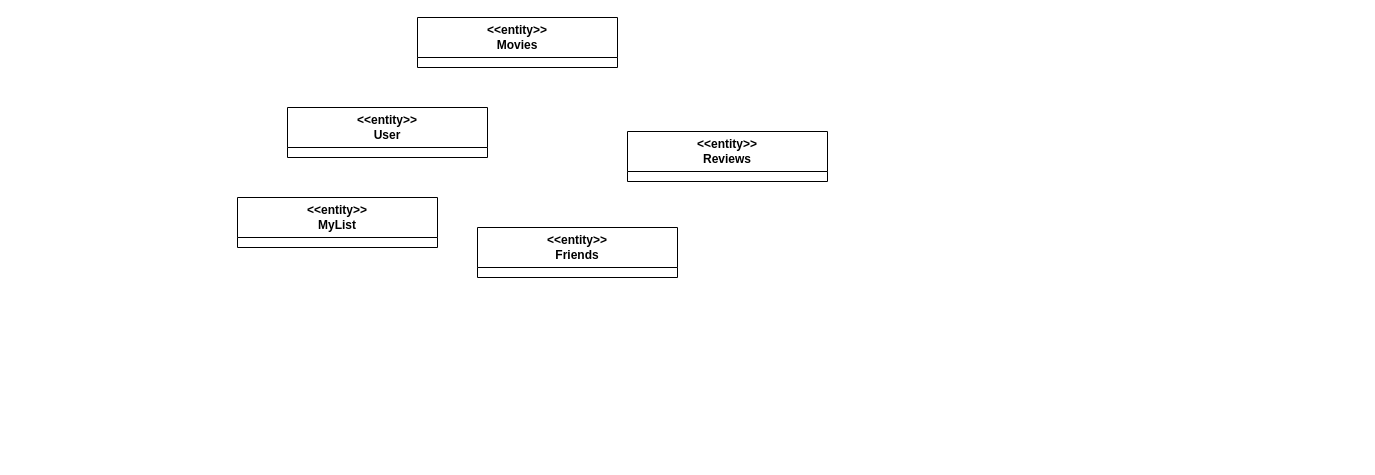
This is diagram/Class Diagram.drawio from randyisalive/MovieList-FinalProject, a draw.io file, before an edit. Source tidied: cells renumbered, new cells numbered last; positions are measured from the earlier drawing's top-left corner, leaving out a move shared by most shapes. Both pictures are drawn from the tidied source at 100%, with x=0, y=0 at pixel (237, 17).
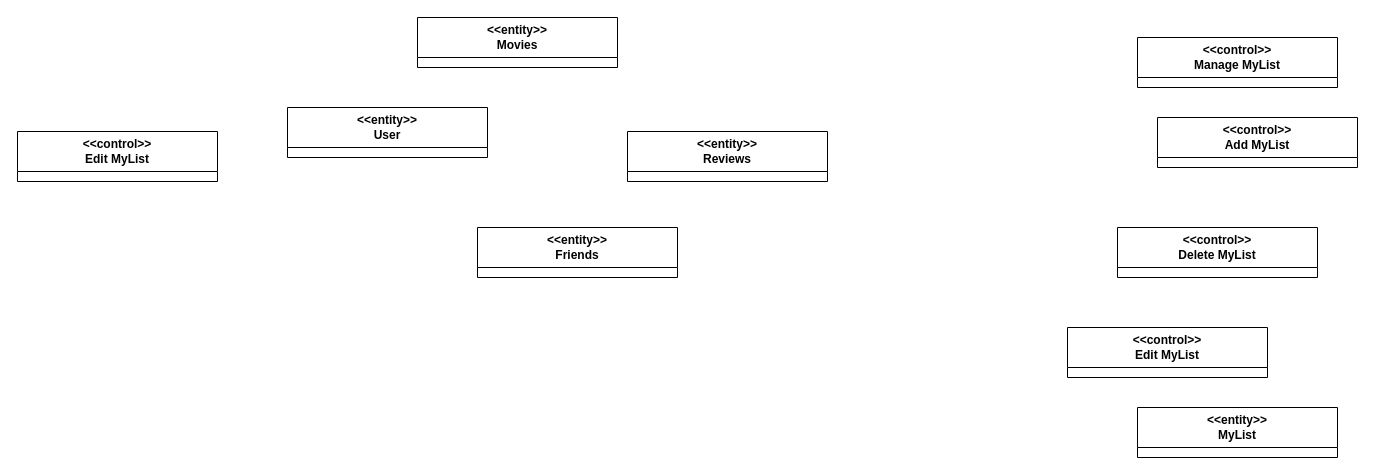
The same diagram, later.

Change to the diagram source:
```diff
@@
 <mxGraphModel>
   <root>
     <mxCell id="0" />
     <mxCell id="1" parent="0" />
     <mxCell id="2" value="&amp;lt;&amp;lt;entity&amp;gt;&amp;gt;&lt;br&gt;Movies" style="swimlane;whiteSpace=wrap;html=1;startSize=40;" parent="1" vertex="1">
       <mxGeometry x="180" width="200" height="50" as="geometry" />
     </mxCell>
     <mxCell id="3" value="&amp;lt;&amp;lt;entity&amp;gt;&amp;gt;&lt;br&gt;User" style="swimlane;whiteSpace=wrap;html=1;startSize=40;" parent="1" vertex="1">
       <mxGeometry x="50" y="90" width="200" height="50" as="geometry" />
     </mxCell>
     <mxCell id="4" value="&amp;lt;&amp;lt;entity&amp;gt;&amp;gt;&lt;br&gt;Reviews" style="swimlane;whiteSpace=wrap;html=1;startSize=40;" parent="1" vertex="1">
       <mxGeometry x="390" y="114" width="200" height="50" as="geometry" />
     </mxCell>
     <mxCell id="5" value="&amp;lt;&amp;lt;entity&amp;gt;&amp;gt;&lt;br&gt;MyList" style="swimlane;whiteSpace=wrap;html=1;startSize=40;" parent="1" vertex="1">
-      <mxGeometry y="180" width="200" height="50" as="geometry" />
+      <mxGeometry x="900" y="390" width="200" height="50" as="geometry" />
     </mxCell>
     <mxCell id="6" value="&amp;lt;&amp;lt;entity&amp;gt;&amp;gt;&lt;br&gt;Friends" style="swimlane;whiteSpace=wrap;html=1;startSize=40;" parent="1" vertex="1">
       <mxGeometry x="240" y="210" width="200" height="50" as="geometry" />
     </mxCell>
+    <mxCell id="7" value="&amp;lt;&amp;lt;control&amp;gt;&amp;gt;&lt;br&gt;Add MyList" style="swimlane;whiteSpace=wrap;html=1;startSize=40;" parent="1" vertex="1">
+      <mxGeometry x="920" y="100" width="200" height="50" as="geometry" />
+    </mxCell>
+    <mxCell id="8" value="&amp;lt;&amp;lt;control&amp;gt;&amp;gt;&lt;br&gt;Manage MyList" style="swimlane;whiteSpace=wrap;html=1;startSize=40;" parent="1" vertex="1">
+      <mxGeometry x="900" y="20" width="200" height="50" as="geometry" />
+    </mxCell>
+    <mxCell id="9" value="&amp;lt;&amp;lt;control&amp;gt;&amp;gt;&lt;br&gt;Edit MyList" style="swimlane;whiteSpace=wrap;html=1;startSize=40;" parent="1" vertex="1">
+      <mxGeometry x="-220" y="114" width="200" height="50" as="geometry" />
+    </mxCell>
+    <mxCell id="10" value="&amp;lt;&amp;lt;control&amp;gt;&amp;gt;&lt;br&gt;Edit MyList" style="swimlane;whiteSpace=wrap;html=1;startSize=40;" parent="1" vertex="1">
+      <mxGeometry x="830" y="310" width="200" height="50" as="geometry" />
+    </mxCell>
+    <mxCell id="11" value="&amp;lt;&amp;lt;control&amp;gt;&amp;gt;&lt;br&gt;Delete MyList" style="swimlane;whiteSpace=wrap;html=1;startSize=40;" parent="1" vertex="1">
+      <mxGeometry x="880" y="210" width="200" height="50" as="geometry" />
+    </mxCell>
   </root>
 </mxGraphModel>
```
